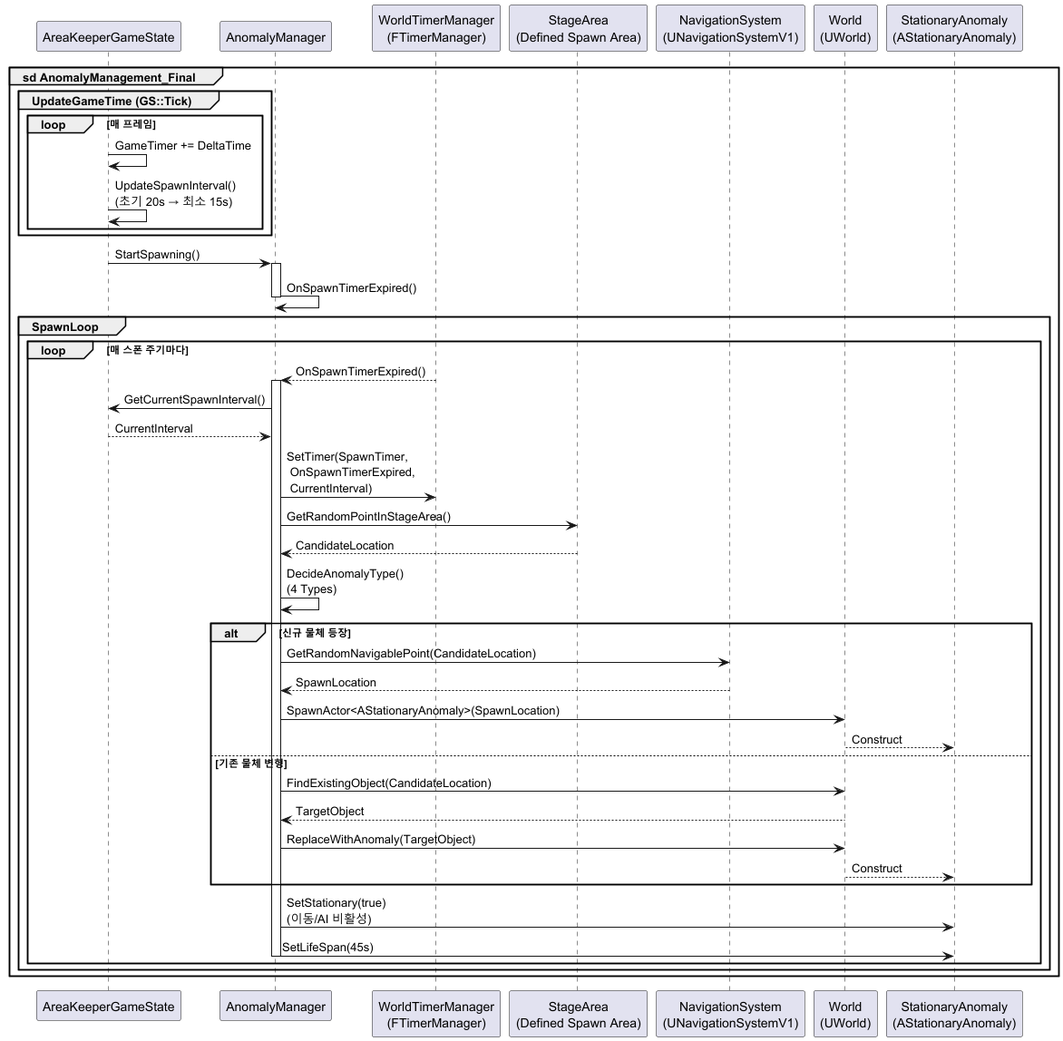
Earlier version of the PlantUML export SDS/image/AnomalyManagementDiagram.png (test123123231/Area_Keeper).
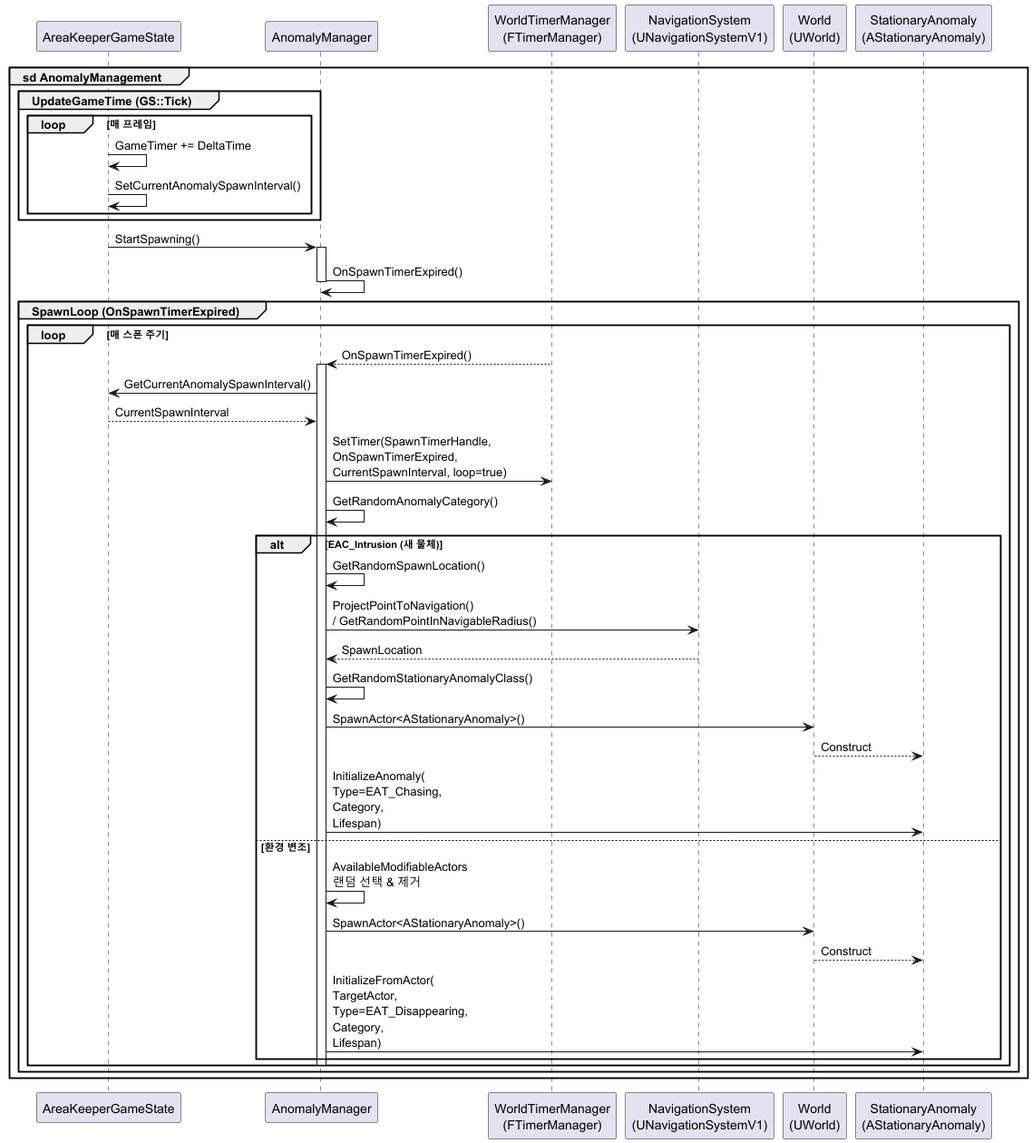
The same diagram one commit later.

Commit message:
bugfix/#74 시퀀스 다이어그램 4.8 수정

The edit, as a diff of the source:
```diff
@@ -1,10 +1,9 @@
 @startuml
-group sd AnomalyManagement_Final
+group sd AnomalyManagement
 
 participant "AreaKeeperGameState" as GS
 participant "AnomalyManager" as AM
 participant "WorldTimerManager\n(FTimerManager)" as TM
-participant "StageArea\n(Defined Spawn Area)" as Area
 participant "NavigationSystem\n(UNavigationSystemV1)" as Nav
 participant "World\n(UWorld)" as World
 participant "StationaryAnomaly\n(AStationaryAnomaly)" as SA
@@ -12,47 +11,46 @@
 group UpdateGameTime (GS::Tick)
   loop 매 프레임
     GS -> GS: GameTimer += DeltaTime
-    GS -> GS: UpdateSpawnInterval()\n(초기 20s → 최소 15s)
+    GS -> GS: SetCurrentAnomalySpawnInterval()
   end
 end
 
 GS -> AM: StartSpawning()
 activate AM
-
 AM -> AM: OnSpawnTimerExpired()
 deactivate AM
 
-group SpawnLoop
-  loop 매 스폰 주기마다
+group SpawnLoop (OnSpawnTimerExpired)
+  loop 매 스폰 주기
     TM --> AM: OnSpawnTimerExpired()
     activate AM
 
-    AM -> GS: GetCurrentSpawnInterval()
-    GS --> AM: CurrentInterval
+    AM -> GS: GetCurrentAnomalySpawnInterval()
+    GS --> AM: CurrentSpawnInterval
 
-    AM -> TM: SetTimer(SpawnTimer,\n OnSpawnTimerExpired,\n CurrentInterval)
+    AM -> TM: SetTimer(SpawnTimerHandle,\nOnSpawnTimerExpired,\nCurrentSpawnInterval, loop=true)
 
-    AM -> Area: GetRandomPointInStageArea()
-    Area --> AM: CandidateLocation
+    AM -> AM: GetRandomAnomalyCategory()
 
-    AM -> AM: DecideAnomalyType()\n(4 Types)
-
-    alt 신규 물체 등장
-        AM -> Nav: GetRandomNavigablePoint(CandidateLocation)
+    alt EAC_Intrusion (새 물체)
+        AM -> AM: GetRandomSpawnLocation()
+        AM -> Nav: ProjectPointToNavigation()\n/ GetRandomPointInNavigableRadius()
         Nav --> AM: SpawnLocation
 
-        AM -> World: SpawnActor<AStationaryAnomaly>(SpawnLocation)
+        AM -> AM: GetRandomStationaryAnomalyClass()
+        AM -> World: SpawnActor<AStationaryAnomaly>()
         World --> SA: Construct
-    else 기존 물체 변형
-        AM -> World: FindExistingObject(CandidateLocation)
-        World --> AM: TargetObject
-        AM -> World: ReplaceWithAnomaly(TargetObject)
+
+        AM -> SA: InitializeAnomaly(\nType=EAT_Chasing,\nCategory,\nLifespan)
+
+    else 환경 변조
+        AM -> AM: AvailableModifiableActors\n랜덤 선택 & 제거
+
+        AM -> World: SpawnActor<AStationaryAnomaly>()
         World --> SA: Construct
+
+        AM -> SA: InitializeFromActor(\nTargetActor,\nType=EAT_Disappearing,\nCategory,\nLifespan)
     end
-
-    AM -> SA: SetStationary(true)\n(이동/AI 비활성)
-
-    AM -> SA: SetLifeSpan(45s)
 
     deactivate AM
   end
```
